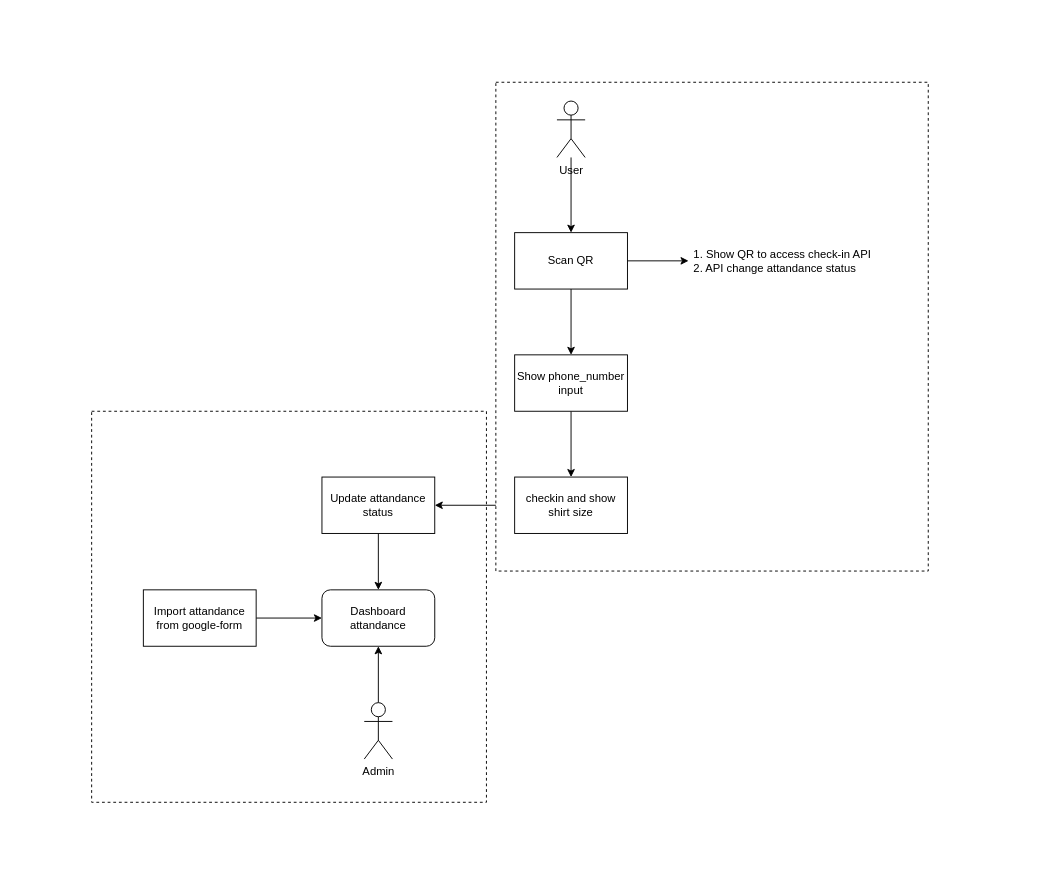
Above: flow.drawio in bip-itteam-internal/halal-bihalal-2025 (draw.io), before the change. Source tidied: cells renumbered, new cells numbered last; positions are measured from the earlier drawing's top-left corner, leaving out a move shared by most shapes. Both pictures are drawn from the tidied source at 94%, with x=0, y=0 at pixel (91, 82).
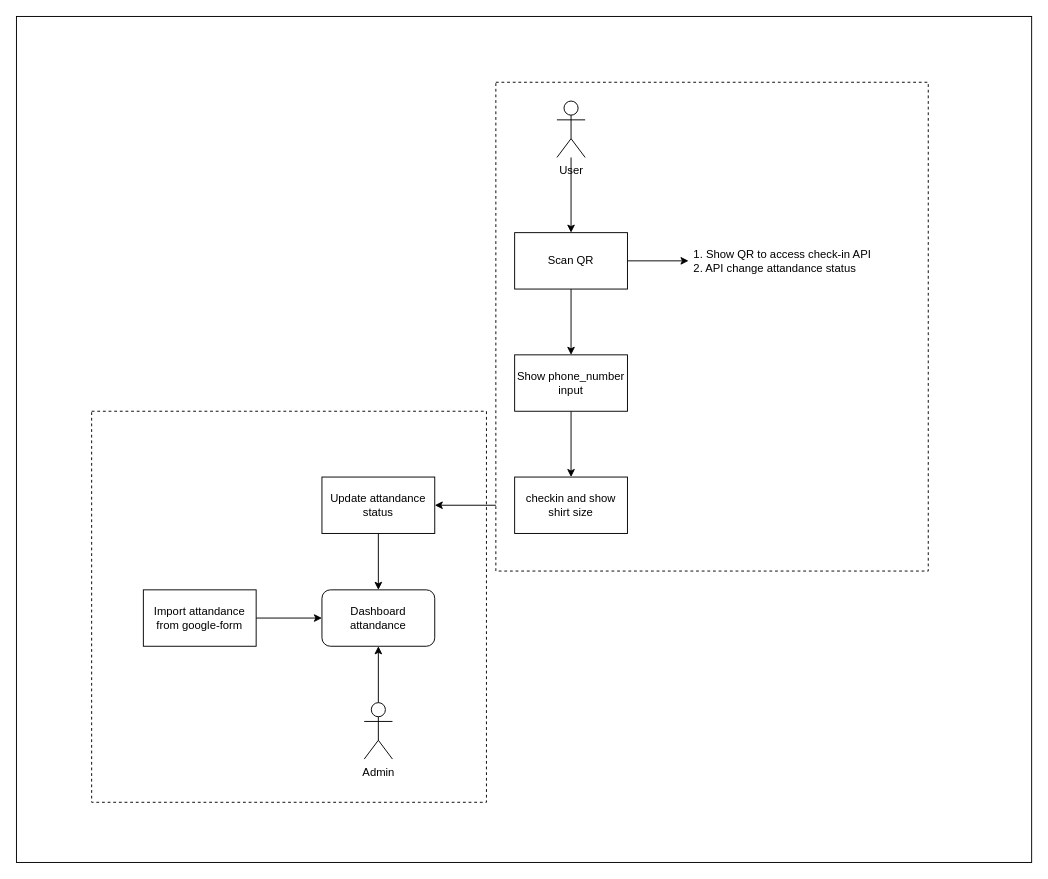
Above is the later version.

What changed in the source:
```diff
@@
+    <mxCell id="21" style="rounded=0;whiteSpace=wrap;html=1;" parent="1" vertex="1">
+      <mxGeometry x="-80" y="-70" width="1080" height="900" as="geometry" />
+    </mxCell>
```
